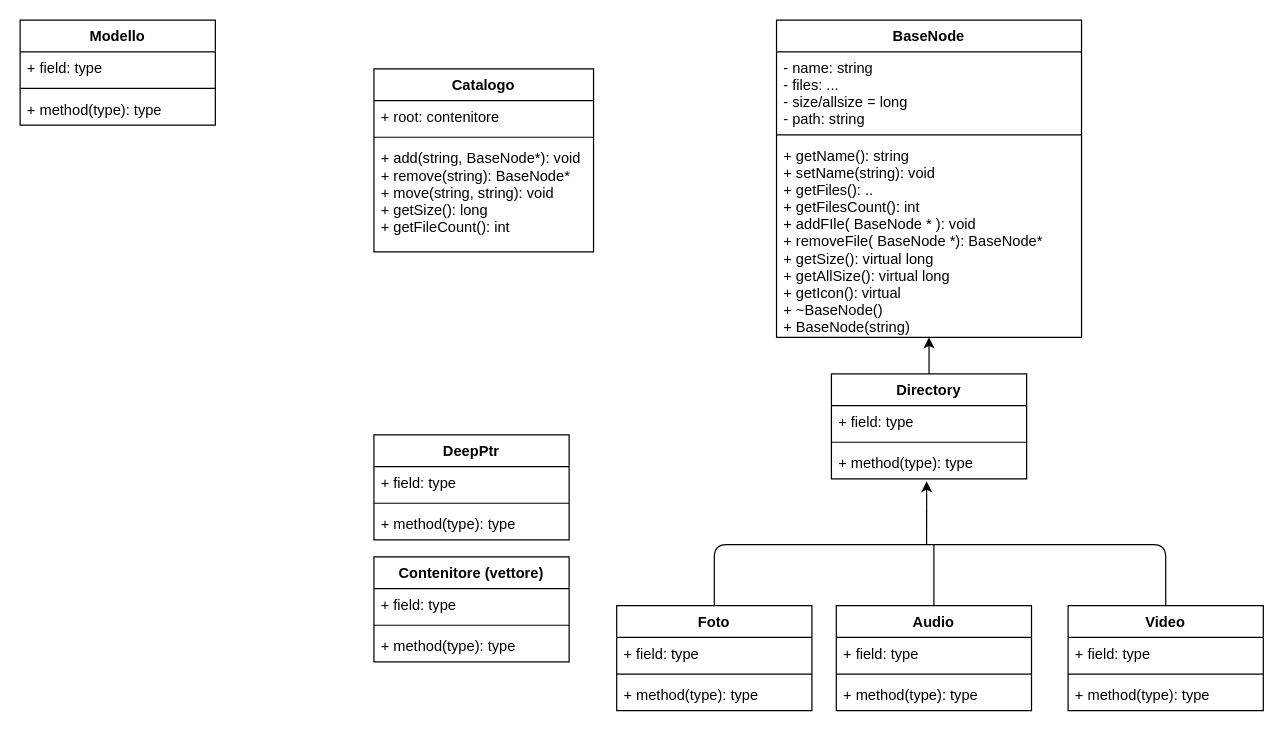
This is schema-ale.drawio from alebaldissera/progetto-pao, a draw.io file, before an edit. Source tidied: cells renumbered, new cells numbered last; positions are measured from the earlier drawing's top-left corner, leaving out a move shared by most shapes. Both pictures are drawn from the tidied source at 122%, with x=0, y=0 at pixel (20, 20).
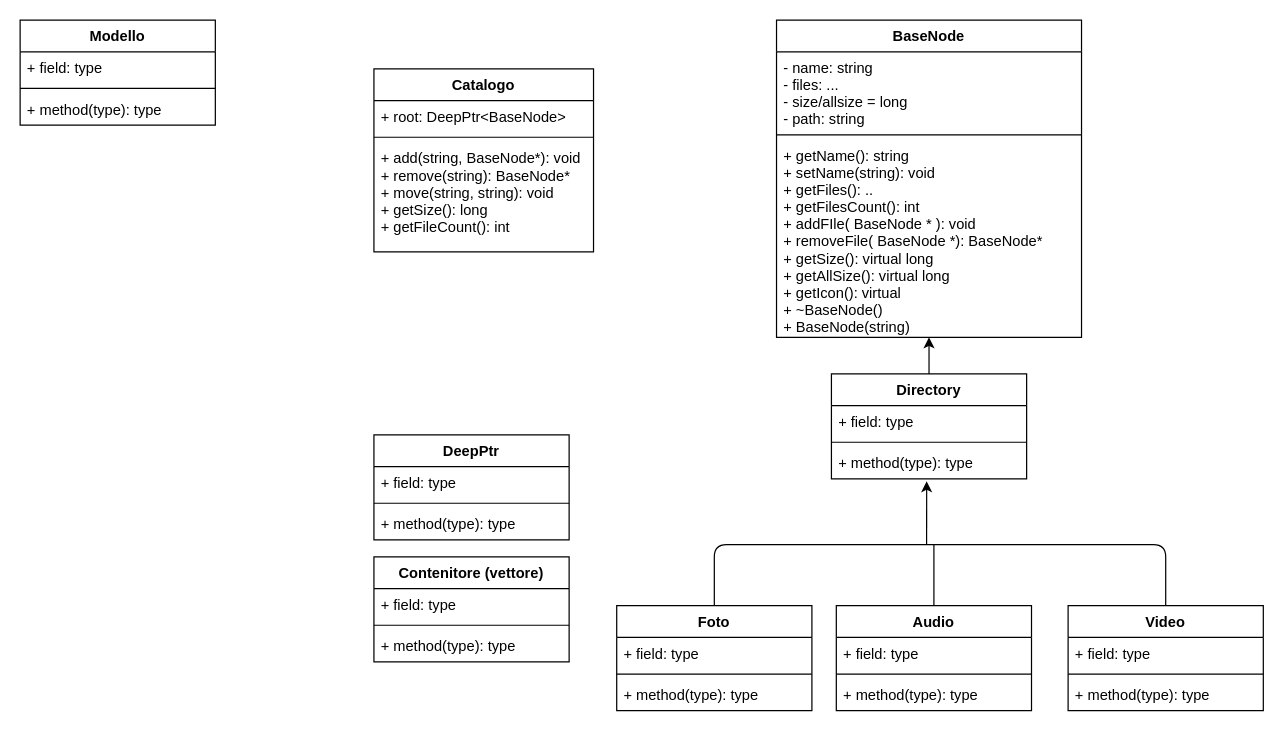
After the change.

Commit message:
Aggiunto tipo Catalogo

root: DeepPtr<BaseNode>

The change refers to these unchanged cells:
```xml
<mxCell id="34" value="Catalogo" style="swimlane;fontStyle=1;align=center;verticalAlign=top;horizontal=1;startSize=26;" parent="1" vertex="1">
  <mxGeometry x="290" y="40" width="180" height="150" as="geometry" />
</mxCell>
```

The edit, as a diff of the source:
```diff
@@
-    <mxCell id="35" value="+ root: contenitore" style="text;strokeColor=none;fillColor=none;align=left;verticalAlign=top;spacingLeft=4;spacingRight=4;overflow=hidden;" parent="34" vertex="1">
+    <mxCell id="35" value="+ root: DeepPtr&lt;BaseNode&gt;" style="text;strokeColor=none;fillColor=none;align=left;verticalAlign=top;spacingLeft=4;spacingRight=4;overflow=hidden;" parent="34" vertex="1">
       <mxGeometry y="26" width="180" height="26" as="geometry" />
     </mxCell>
```
